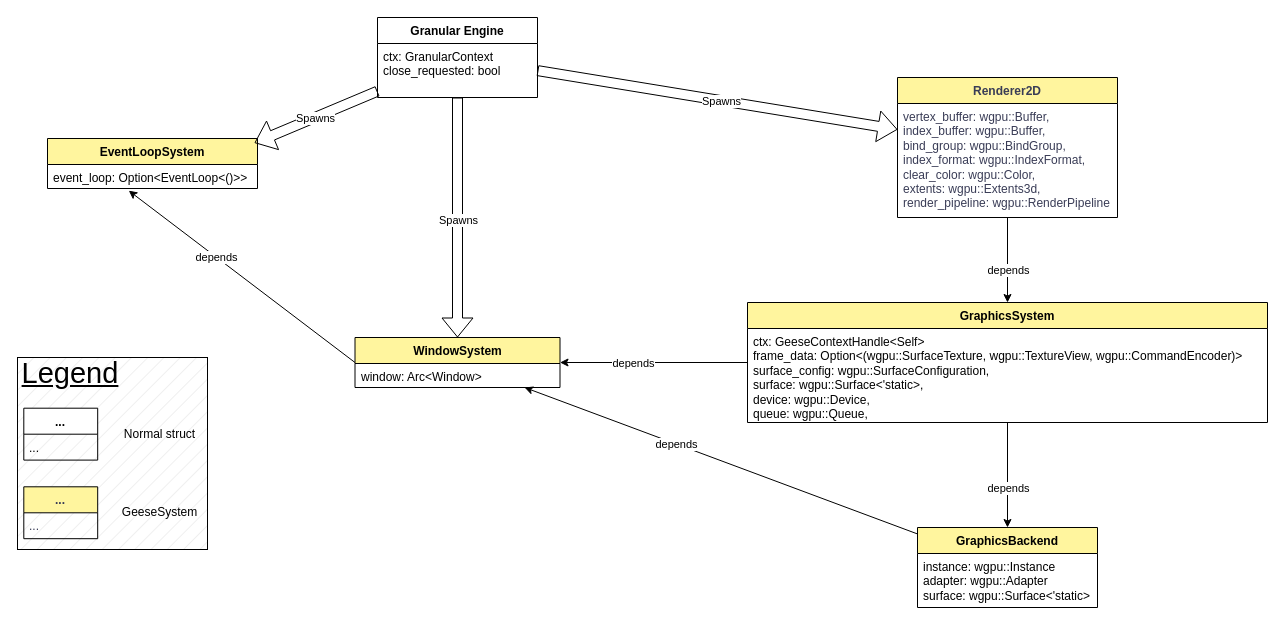
Before: Granular.drawio in ARez2/granular, a draw.io diagram. Source tidied: cells renumbered, new cells numbered last; positions are measured from the earlier drawing's top-left corner, leaving out a move shared by most shapes. Both pictures are drawn from the tidied source at 100%, with x=0, y=0 at pixel (17, 17).
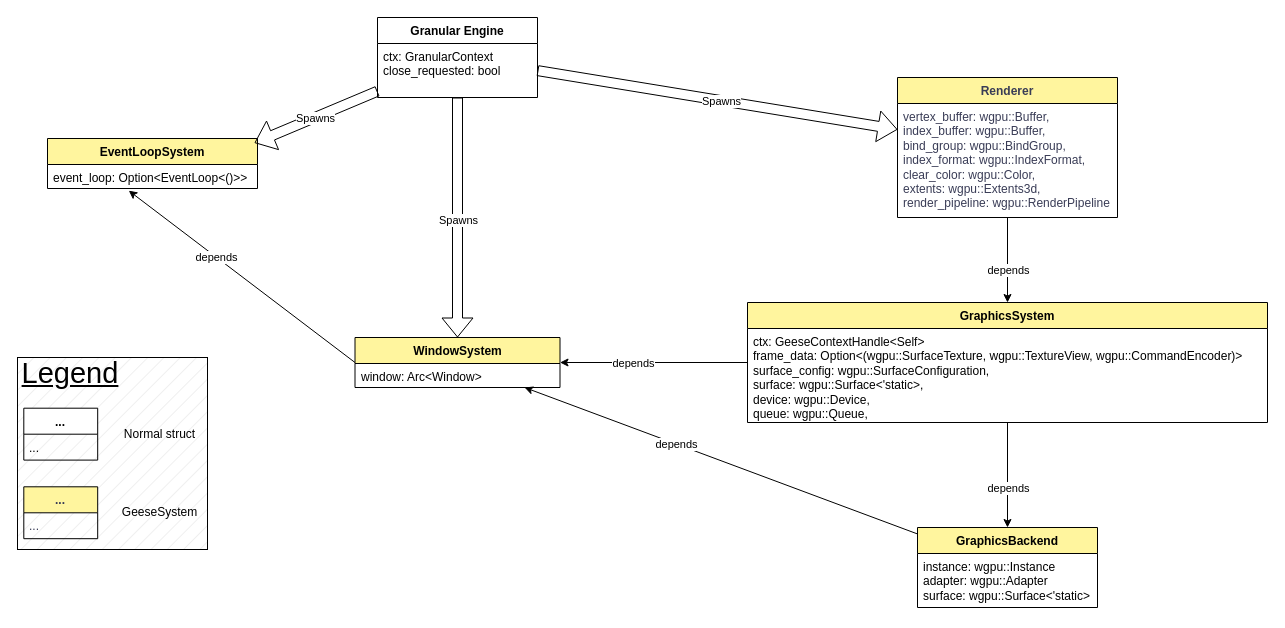
After the change.

Change to the diagram source:
```diff
@@
-    <mxCell id="34" value="Renderer2D" style="swimlane;fontStyle=1;align=center;verticalAlign=top;horizontal=1;startSize=26;whiteSpace=wrap;html=1;labelBackgroundColor=none;fillColor=#FFF59E;strokeColor=#000000;fontColor=#393C56;" parent="1" vertex="1">
+    <mxCell id="34" value="Renderer" style="swimlane;fontStyle=1;align=center;verticalAlign=top;horizontal=1;startSize=26;whiteSpace=wrap;html=1;labelBackgroundColor=none;fillColor=#FFF59E;strokeColor=#000000;fontColor=#393C56;" parent="1" vertex="1">
       <mxGeometry x="880" y="60" width="220" height="140" as="geometry" />
     </mxCell>
```
